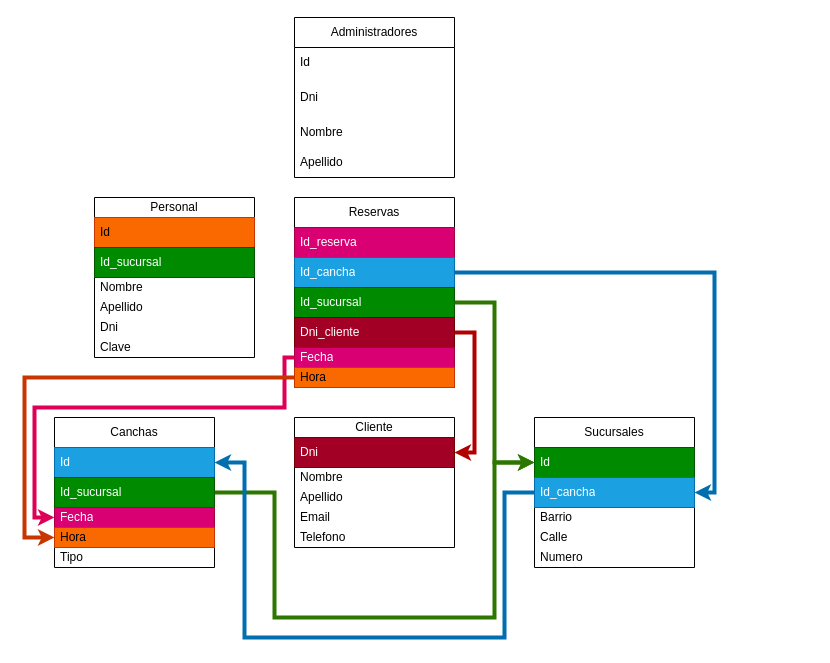
This is Sql.drawio from RaulMartinezYT/Balines-mojados, a draw.io file, before an edit. Source tidied: cells renumbered, new cells numbered last; positions are measured from the earlier drawing's top-left corner, leaving out a move shared by most shapes. Both pictures are drawn from the tidied source at 100%, with x=0, y=0 at pixel (24, 17).
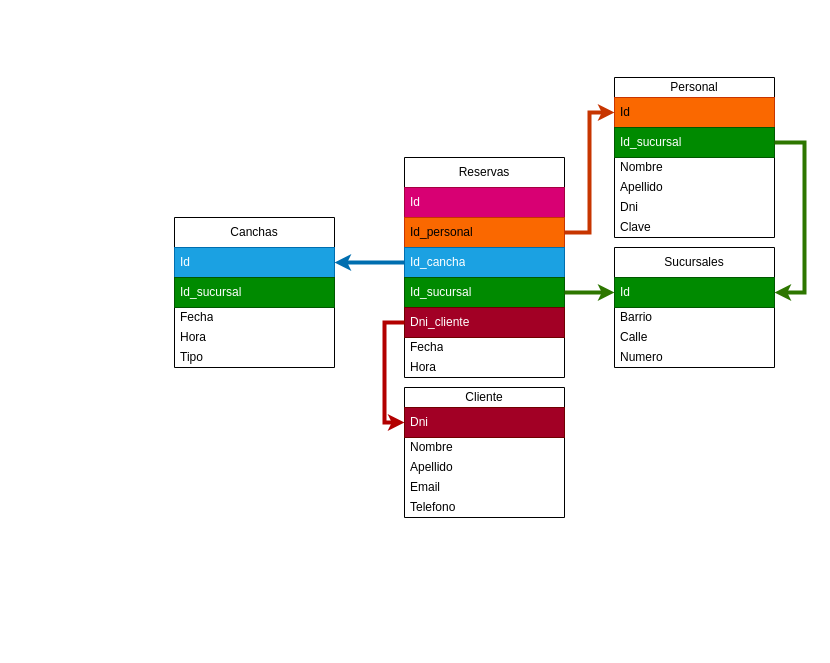
After the change.

The change refers to these unchanged cells:
```xml
<mxCell id="3" value="Id" style="text;strokeColor=#005700;fillColor=#008a00;align=left;verticalAlign=middle;spacingLeft=4;spacingRight=4;overflow=hidden;points=[[0,0.5],[1,0.5]];portConstraint=eastwest;whiteSpace=wrap;html=1;fontColor=#ffffff;" parent="2" vertex="1">
  <mxGeometry y="30" width="160" height="30" as="geometry" />
</mxCell>
<mxCell id="9" value="Id" style="text;strokeColor=#C73500;fillColor=#fa6800;align=left;verticalAlign=middle;spacingLeft=4;spacingRight=4;overflow=hidden;points=[[0,0.5],[1,0.5]];portConstraint=eastwest;whiteSpace=wrap;html=1;fontColor=#000000;" parent="8" vertex="1">
  <mxGeometry y="20" width="160" height="30" as="geometry" />
</mxCell>
<mxCell id="10" value="Id_sucursal" style="text;strokeColor=#005700;fillColor=#008a00;align=left;verticalAlign=middle;spacingLeft=4;spacingRight=4;overflow=hidden;points=[[0,0.5],[1,0.5]];portConstraint=eastwest;whiteSpace=wrap;html=1;fontColor=#ffffff;" parent="8" vertex="1">
  <mxGeometry y="50" width="160" height="30" as="geometry" />
</mxCell>
<mxCell id="16" value="Id" style="text;strokeColor=#006EAF;fillColor=#1ba1e2;align=left;verticalAlign=middle;spacingLeft=4;spacingRight=4;overflow=hidden;points=[[0,0.5],[1,0.5]];portConstraint=eastwest;whiteSpace=wrap;html=1;fontColor=#ffffff;" parent="15" vertex="1">
  <mxGeometry y="30" width="160" height="30" as="geometry" />
</mxCell>
<mxCell id="17" value="Id_sucursal" style="text;strokeColor=#005700;fillColor=#008a00;align=left;verticalAlign=middle;spacingLeft=4;spacingRight=4;overflow=hidden;points=[[0,0.5],[1,0.5]];portConstraint=eastwest;whiteSpace=wrap;html=1;fontColor=#ffffff;" parent="15" vertex="1">
  <mxGeometry y="60" width="160" height="30" as="geometry" />
</mxCell>
<mxCell id="29" value="Dni" style="text;strokeColor=#6F0000;fillColor=#a20025;align=left;verticalAlign=middle;spacingLeft=4;spacingRight=4;overflow=hidden;points=[[0,0.5],[1,0.5]];portConstraint=eastwest;whiteSpace=wrap;html=1;fontColor=#ffffff;" parent="28" vertex="1">
  <mxGeometry y="20" width="160" height="30" as="geometry" />
</mxCell>
```

Change to the diagram source:
```diff
@@
     <mxCell id="2" value="Sucursales" style="swimlane;fontStyle=0;horizontal=1;startSize=30;whiteSpace=wrap;html=1;" parent="1" vertex="1">
-      <mxGeometry x="510" y="400" width="160" height="150" as="geometry" />
+      <mxGeometry x="590" y="230" width="160" height="120" as="geometry" />
     </mxCell>
@@
-    <mxCell id="4" value="Id_cancha" style="text;strokeColor=#006EAF;fillColor=#1ba1e2;align=left;verticalAlign=middle;spacingLeft=4;spacingRight=4;overflow=hidden;points=[[0,0.5],[1,0.5]];portConstraint=eastwest;whiteSpace=wrap;html=1;fontColor=#ffffff;" parent="2" vertex="1">
-      <mxGeometry y="60" width="160" height="30" as="geometry" />
-    </mxCell>
     <mxCell id="5" value="Barrio" style="text;strokeColor=none;fillColor=none;align=left;verticalAlign=middle;spacingLeft=4;spacingRight=4;overflow=hidden;whiteSpace=wrap;html=1;" parent="2" vertex="1">
-      <mxGeometry y="90" width="160" height="20" as="geometry" />
+      <mxGeometry y="60" width="160" height="20" as="geometry" />
     </mxCell>
     <mxCell id="6" value="Calle" style="text;strokeColor=none;fillColor=none;align=left;verticalAlign=middle;spacingLeft=4;spacingRight=4;overflow=hidden;whiteSpace=wrap;html=1;" parent="2" vertex="1">
-      <mxGeometry y="110" width="160" height="20" as="geometry" />
+      <mxGeometry y="80" width="160" height="20" as="geometry" />
     </mxCell>
     <mxCell id="7" value="Numero" style="text;strokeColor=none;fillColor=none;align=left;verticalAlign=middle;spacingLeft=4;spacingRight=4;overflow=hidden;whiteSpace=wrap;html=1;" parent="2" vertex="1">
-      <mxGeometry y="130" width="160" height="20" as="geometry" />
+      <mxGeometry y="100" width="160" height="20" as="geometry" />
     </mxCell>
     <mxCell id="8" value="Personal" style="swimlane;fontStyle=0;horizontal=1;startSize=20;whiteSpace=wrap;html=1;" parent="1" vertex="1">
-      <mxGeometry x="70" y="180" width="160" height="160" as="geometry" />
+      <mxGeometry x="590" y="60" width="160" height="160" as="geometry" />
     </mxCell>
@@
     <mxCell id="15" value="Canchas" style="swimlane;fontStyle=0;horizontal=1;startSize=30;whiteSpace=wrap;html=1;" parent="1" vertex="1">
-      <mxGeometry x="30" y="400" width="160" height="150" as="geometry" />
+      <mxGeometry x="150" y="200" width="160" height="150" as="geometry" />
     </mxCell>
@@
-    <mxCell id="18" value="Fecha" style="text;strokeColor=#A50040;fillColor=#d80073;align=left;verticalAlign=middle;spacingLeft=4;spacingRight=4;overflow=hidden;points=[[0,0.5],[1,0.5]];portConstraint=eastwest;whiteSpace=wrap;html=1;fontColor=#ffffff;" parent="15" vertex="1">
+    <mxCell id="18" value="Fecha" style="text;align=left;verticalAlign=middle;spacingLeft=4;spacingRight=4;overflow=hidden;points=[[0,0.5],[1,0.5]];portConstraint=eastwest;whiteSpace=wrap;html=1;" parent="15" vertex="1">
       <mxGeometry y="90" width="160" height="20" as="geometry" />
     </mxCell>
-    <mxCell id="19" value="Hora" style="text;strokeColor=#C73500;fillColor=#fa6800;align=left;verticalAlign=middle;spacingLeft=4;spacingRight=4;overflow=hidden;points=[[0,0.5],[1,0.5]];portConstraint=eastwest;whiteSpace=wrap;html=1;fontColor=#000000;" parent="15" vertex="1">
+    <mxCell id="19" value="Hora" style="text;align=left;verticalAlign=middle;spacingLeft=4;spacingRight=4;overflow=hidden;points=[[0,0.5],[1,0.5]];portConstraint=eastwest;whiteSpace=wrap;html=1;" parent="15" vertex="1">
       <mxGeometry y="110" width="160" height="20" as="geometry" />
     </mxCell>
@@
     <mxCell id="21" value="Reservas" style="swimlane;fontStyle=0;horizontal=1;startSize=30;whiteSpace=wrap;html=1;" parent="1" vertex="1">
-      <mxGeometry x="270" y="180" width="160" height="190" as="geometry" />
+      <mxGeometry x="380" y="140" width="160" height="220" as="geometry" />
     </mxCell>
-    <mxCell id="22" value="Id_reserva" style="text;strokeColor=#A50040;fillColor=#d80073;align=left;verticalAlign=middle;spacingLeft=4;spacingRight=4;overflow=hidden;whiteSpace=wrap;html=1;fontColor=#ffffff;" parent="21" vertex="1">
+    <mxCell id="22" value="Id" style="text;strokeColor=#A50040;fillColor=#d80073;align=left;verticalAlign=middle;spacingLeft=4;spacingRight=4;overflow=hidden;whiteSpace=wrap;html=1;fontColor=#ffffff;" parent="21" vertex="1">
       <mxGeometry y="30" width="160" height="30" as="geometry" />
     </mxCell>
+    <mxCell id="46" value="Id_personal" style="text;strokeColor=#C73500;fillColor=#fa6800;align=left;verticalAlign=middle;spacingLeft=4;spacingRight=4;overflow=hidden;points=[[0,0.5],[1,0.5]];portConstraint=eastwest;whiteSpace=wrap;html=1;fontColor=#000000;" parent="21" vertex="1">
+      <mxGeometry y="60" width="160" height="30" as="geometry" />
+    </mxCell>
     <mxCell id="23" value="Id_cancha" style="text;strokeColor=#006EAF;fillColor=#1ba1e2;align=left;verticalAlign=middle;spacingLeft=4;spacingRight=4;overflow=hidden;points=[[0,0.5],[1,0.5]];portConstraint=eastwest;whiteSpace=wrap;html=1;fontColor=#ffffff;" parent="21" vertex="1">
-      <mxGeometry y="60" width="160" height="30" as="geometry" />
+      <mxGeometry y="90" width="160" height="30" as="geometry" />
     </mxCell>
     <mxCell id="24" value="Id_sucursal" style="text;strokeColor=#005700;fillColor=#008a00;align=left;verticalAlign=middle;spacingLeft=4;spacingRight=4;overflow=hidden;points=[[0,0.5],[1,0.5]];portConstraint=eastwest;whiteSpace=wrap;html=1;fontColor=#ffffff;" parent="21" vertex="1">
-      <mxGeometry y="90" width="160" height="30" as="geometry" />
+      <mxGeometry y="120" width="160" height="30" as="geometry" />
     </mxCell>
     <mxCell id="25" value="Dni_cliente" style="text;strokeColor=#6F0000;fillColor=#a20025;align=left;verticalAlign=middle;spacingLeft=4;spacingRight=4;overflow=hidden;points=[[0,0.5],[1,0.5]];portConstraint=eastwest;whiteSpace=wrap;html=1;fontColor=#ffffff;" parent="21" vertex="1">
-      <mxGeometry y="120" width="160" height="30" as="geometry" />
+      <mxGeometry y="150" width="160" height="30" as="geometry" />
     </mxCell>
-    <mxCell id="26" value="Fecha" style="text;strokeColor=#A50040;fillColor=#d80073;align=left;verticalAlign=middle;spacingLeft=4;spacingRight=4;overflow=hidden;points=[[0,0.5],[1,0.5]];portConstraint=eastwest;whiteSpace=wrap;html=1;fontColor=#ffffff;" parent="21" vertex="1">
-      <mxGeometry y="150" width="160" height="20" as="geometry" />
+    <mxCell id="26" value="Fecha" style="text;align=left;verticalAlign=middle;spacingLeft=4;spacingRight=4;overflow=hidden;points=[[0,0.5],[1,0.5]];portConstraint=eastwest;whiteSpace=wrap;html=1;" parent="21" vertex="1">
+      <mxGeometry y="180" width="160" height="20" as="geometry" />
     </mxCell>
-    <mxCell id="27" value="Hora" style="text;strokeColor=#C73500;fillColor=#fa6800;align=left;verticalAlign=middle;spacingLeft=4;spacingRight=4;overflow=hidden;points=[[0,0.5],[1,0.5]];portConstraint=eastwest;whiteSpace=wrap;html=1;fontColor=#000000;" parent="21" vertex="1">
-      <mxGeometry y="170" width="160" height="20" as="geometry" />
+    <mxCell id="27" value="Hora" style="text;align=left;verticalAlign=middle;spacingLeft=4;spacingRight=4;overflow=hidden;points=[[0,0.5],[1,0.5]];portConstraint=eastwest;whiteSpace=wrap;html=1;" parent="21" vertex="1">
+      <mxGeometry y="200" width="160" height="20" as="geometry" />
     </mxCell>
     <mxCell id="28" value="Cliente" style="swimlane;fontStyle=0;horizontal=1;startSize=20;whiteSpace=wrap;html=1;" parent="1" vertex="1">
-      <mxGeometry x="270" y="400" width="160" height="130" as="geometry" />
+      <mxGeometry x="380" y="370" width="160" height="130" as="geometry" />
     </mxCell>
@@
-    <mxCell id="34" value="Administradores" style="swimlane;fontStyle=0;horizontal=1;startSize=30;whiteSpace=wrap;html=1;" parent="1" vertex="1">
-      <mxGeometry x="270" width="160" height="160" as="geometry" />
-    </mxCell>
-    <mxCell id="35" value="Id" style="text;strokeColor=none;fillColor=none;align=left;verticalAlign=middle;spacingLeft=4;spacingRight=4;overflow=hidden;whiteSpace=wrap;html=1;" parent="34" vertex="1">
-      <mxGeometry y="30" width="160" height="30" as="geometry" />
-    </mxCell>
-    <mxCell id="36" value="Dni" style="text;strokeColor=none;fillColor=none;align=left;verticalAlign=middle;spacingLeft=4;spacingRight=4;overflow=hidden;whiteSpace=wrap;html=1;" parent="34" vertex="1">
-      <mxGeometry y="60" width="160" height="40" as="geometry" />
-    </mxCell>
-    <mxCell id="37" value="Nombre" style="text;strokeColor=none;fillColor=none;align=left;verticalAlign=middle;spacingLeft=4;spacingRight=4;overflow=hidden;whiteSpace=wrap;html=1;" parent="34" vertex="1">
-      <mxGeometry y="100" width="160" height="30" as="geometry" />
-    </mxCell>
-    <mxCell id="38" value="Apellido" style="text;strokeColor=none;fillColor=none;align=left;verticalAlign=middle;spacingLeft=4;spacingRight=4;overflow=hidden;whiteSpace=wrap;html=1;" parent="34" vertex="1">
-      <mxGeometry y="130" width="160" height="30" as="geometry" />
-    </mxCell>
-    <mxCell id="39" style="edgeStyle=orthogonalEdgeStyle;rounded=0;jettySize=auto;html=1;entryX=1;entryY=0.5;entryDx=0;entryDy=0;fillColor=#e51400;strokeColor=#B20000;strokeWidth=4;endSize=4;" parent="1" edge="1" source="25" target="29">
+    <mxCell id="39" style="edgeStyle=orthogonalEdgeStyle;rounded=0;jettySize=auto;html=1;entryX=0;entryY=0.5;entryDx=0;entryDy=0;fillColor=#e51400;strokeColor=#B20000;strokeWidth=4;endSize=4;exitX=0;exitY=0.5;exitDx=0;exitDy=0;" parent="1" edge="1" source="25" target="29">
       <mxGeometry relative="1" as="geometry">
         <Array as="points">
-          <mxPoint x="450" y="315" />
-          <mxPoint x="450" y="435" />
+          <mxPoint x="360" y="305" />
+          <mxPoint x="360" y="405" />
         </Array>
       </mxGeometry>
     </mxCell>
-    <mxCell id="40" style="edgeStyle=orthogonalEdgeStyle;rounded=0;jettySize=auto;html=1;fillColor=#60a917;strokeColor=#2D7600;strokeWidth=4;endSize=4;" parent="1" edge="1" source="24" target="3">
+    <mxCell id="40" style="edgeStyle=orthogonalEdgeStyle;rounded=0;jettySize=auto;html=1;strokeWidth=4;endSize=4;fillColor=#60a917;strokeColor=#2D7600;entryX=0;entryY=0.5;entryDx=0;entryDy=0;exitX=1;exitY=0.5;exitDx=0;exitDy=0;" parent="1" edge="1" source="24" target="3">
       <mxGeometry relative="1" as="geometry" />
     </mxCell>
-    <mxCell id="41" style="edgeStyle=orthogonalEdgeStyle;rounded=0;jettySize=auto;html=1;entryX=1;entryY=0.5;entryDx=0;entryDy=0;fillColor=#1ba1e2;strokeColor=#006EAF;strokeWidth=4;endSize=4;" parent="1" edge="1" source="23" target="4">
-      <mxGeometry relative="1" as="geometry" />
-    </mxCell>
-    <mxCell id="42" style="edgeStyle=orthogonalEdgeStyle;rounded=0;jettySize=auto;html=1;entryX=0;entryY=0.5;entryDx=0;entryDy=0;fillColor=#60a917;strokeColor=#2D7600;strokeWidth=4;endSize=4;" parent="1" edge="1" source="17" target="3">
-      <mxGeometry relative="1" as="geometry">
-        <Array as="points">
-          <mxPoint x="250" y="475" />
-          <mxPoint x="250" y="600" />
-          <mxPoint x="470" y="600" />
-          <mxPoint x="470" y="445" />
-        </Array>
-      </mxGeometry>
-    </mxCell>
-    <mxCell id="43" style="edgeStyle=orthogonalEdgeStyle;rounded=0;jettySize=auto;html=1;entryX=1;entryY=0.5;entryDx=0;entryDy=0;strokeWidth=4;endSize=4;fillColor=#1ba1e2;strokeColor=#006EAF;" parent="1" edge="1" source="4" target="16">
-      <mxGeometry relative="1" as="geometry">
-        <Array as="points">
-          <mxPoint x="480" y="475" />
-          <mxPoint x="480" y="620" />
-          <mxPoint x="220" y="620" />
-          <mxPoint x="220" y="445" />
-        </Array>
-      </mxGeometry>
-    </mxCell>
-    <mxCell id="44" style="edgeStyle=orthogonalEdgeStyle;rounded=0;jettySize=auto;html=1;entryX=0;entryY=0.5;entryDx=0;entryDy=0;fillColor=#d80073;strokeColor=#DE0056;strokeWidth=4;endSize=4;" parent="1" edge="1" source="26" target="18">
-      <mxGeometry relative="1" as="geometry">
-        <Array as="points">
-          <mxPoint x="260" y="340" />
-          <mxPoint x="260" y="390" />
-          <mxPoint x="10" y="390" />
-          <mxPoint x="10" y="500" />
-        </Array>
-      </mxGeometry>
-    </mxCell>
-    <mxCell id="45" style="edgeStyle=orthogonalEdgeStyle;rounded=0;jettySize=auto;html=1;fillColor=#fa6800;strokeColor=#C73500;strokeWidth=4;endSize=4;" parent="1" edge="1" source="27" target="19">
-      <mxGeometry relative="1" as="geometry">
-        <Array as="points">
-          <mxPoint y="360" />
-          <mxPoint y="520" />
-        </Array>
-      </mxGeometry>
-    </mxCell>
+    <mxCell id="47" style="edgeStyle=orthogonalEdgeStyle;rounded=0;jettySize=auto;html=1;entryX=1;entryY=0.5;entryDx=0;entryDy=0;fillColor=#1ba1e2;strokeColor=#006EAF;strokeWidth=4;endSize=4;exitX=0;exitY=0.5;exitDx=0;exitDy=0;" parent="1" edge="1" source="23" target="16">
+      <mxGeometry relative="1" as="geometry" />
+    </mxCell>
+    <mxCell id="48" style="edgeStyle=orthogonalEdgeStyle;rounded=0;jettySize=auto;html=1;strokeWidth=4;endSize=4;fillColor=#fa6800;strokeColor=#C73500;exitX=1;exitY=0.5;exitDx=0;exitDy=0;" parent="1" edge="1" source="46" target="9">
+      <mxGeometry relative="1" as="geometry" />
+    </mxCell>
+    <mxCell id="49" style="edgeStyle=orthogonalEdgeStyle;rounded=0;jettySize=auto;html=1;entryX=1;entryY=0.5;entryDx=0;entryDy=0;strokeWidth=4;endSize=4;fillColor=#60a917;strokeColor=#2D7600;" parent="1" edge="1" source="10" target="3">
+      <mxGeometry relative="1" as="geometry">
+        <Array as="points">
+          <mxPoint x="780" y="125" />
+          <mxPoint x="780" y="275" />
+        </Array>
+      </mxGeometry>
+    </mxCell>
```
